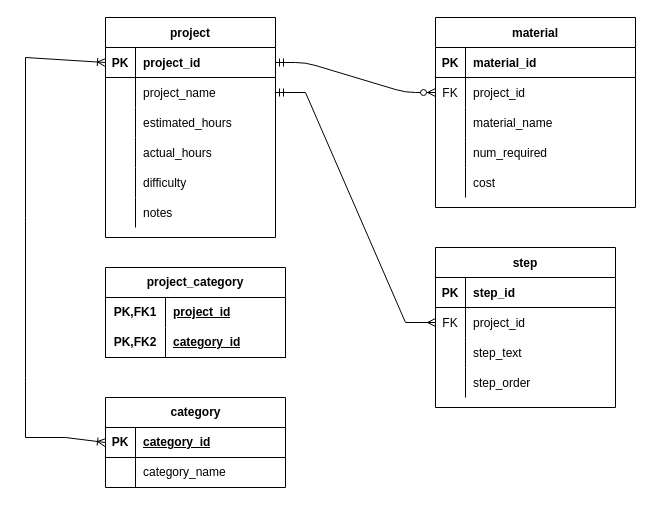
tjaystronks/Week_08 keeps this draw.io diagram as Untitled Diagram.drawio. Above is the earlier version. Source tidied: cells renumbered, new cells numbered last; positions are measured from the earlier drawing's top-left corner, leaving out a move shared by most shapes. Both pictures are drawn from the tidied source at 100%, with x=0, y=0 at pixel (25, 17).
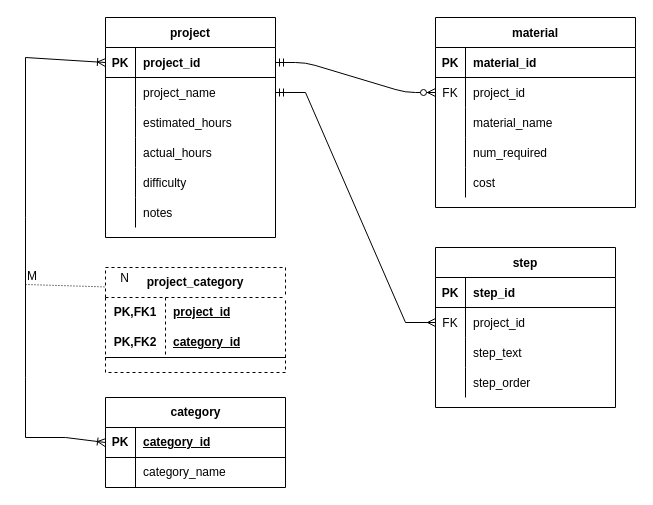
The same diagram, later.

The edit, as a diff of the source:
```diff
@@
-    <mxCell id="58" value="project_category" style="shape=table;startSize=30;childLayout=tableLayout;rowLines=0;fontStyle=1;align=center;html=1;whiteSpace=wrap;" parent="1" vertex="1">
-      <mxGeometry x="80" y="250" width="180" height="90" as="geometry" />
+    <mxCell id="58" value="project_category" style="shape=table;startSize=30;childLayout=tableLayout;rowLines=0;fontStyle=1;align=center;html=1;whiteSpace=wrap;dashed=1;" parent="1" vertex="1">
+      <mxGeometry x="80" y="250" width="180" height="105" as="geometry" />
     </mxCell>
@@
+    <mxCell id="67" style="endArrow=none;html=1;rounded=0;dashed=1;dashPattern=1 2;entryX=0;entryY=0.185;entryDx=0;entryDy=0;entryPerimeter=0;" parent="1" edge="1" target="58">
+      <mxGeometry relative="1" as="geometry">
+        <mxPoint y="267" as="sourcePoint" />
+      </mxGeometry>
+    </mxCell>
+    <mxCell id="68" value="M" style="html=1;whiteSpace=wrap;align=left;verticalAlign=bottom;" parent="67" vertex="1">
+      <mxGeometry x="-1" relative="1" as="geometry" />
+    </mxCell>
+    <mxCell id="69" value="N" style="html=1;whiteSpace=wrap;align=right;verticalAlign=bottom;" parent="67" vertex="1">
+      <mxGeometry x="1" relative="1" as="geometry">
+        <mxPoint x="25" as="offset" />
+      </mxGeometry>
+    </mxCell>
```
